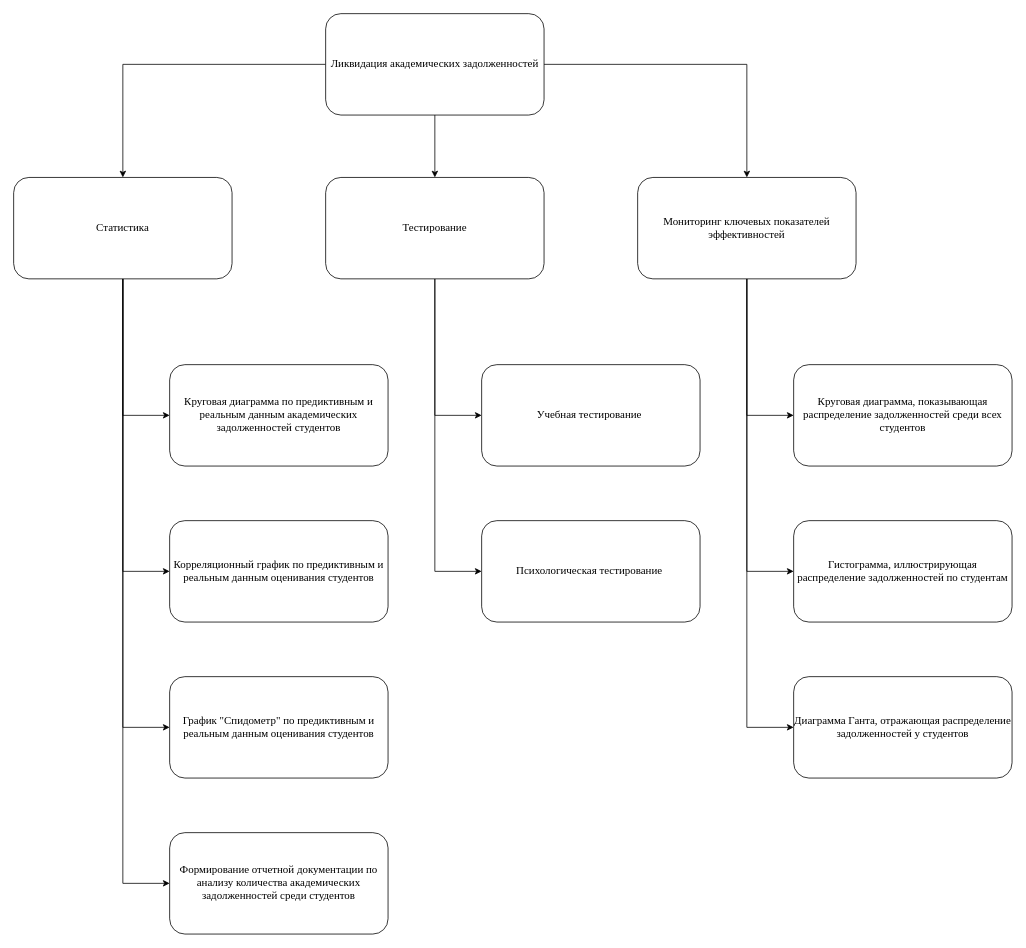
DLordxxx/Practice keeps this draw.io diagram as Дерево_функций_для_разработанного_ПО.drawio. Above is the earlier version. Source tidied: cells renumbered, new cells numbered last; positions are measured from the earlier drawing's top-left corner, leaving out a move shared by most shapes. Both pictures are drawn from the tidied source at 78%, with x=0, y=0 at pixel (13, 13).
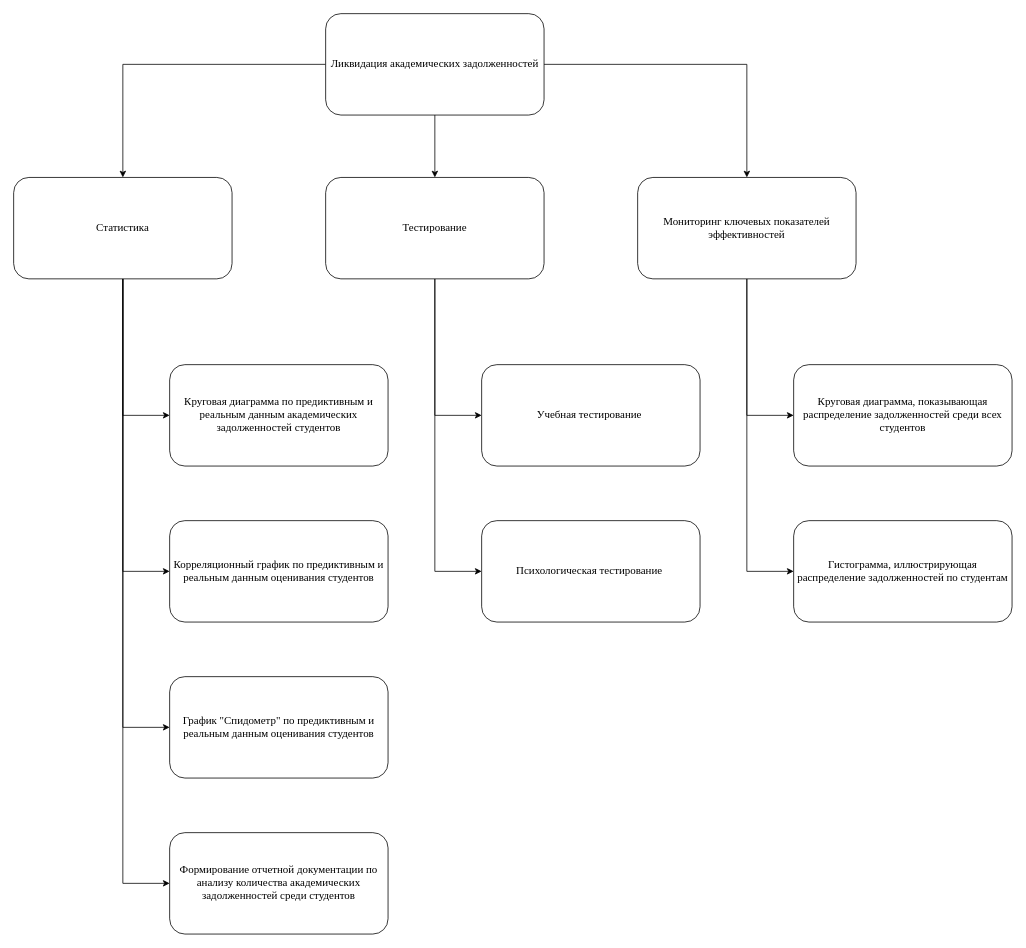
After the change.

The change refers to these unchanged cells:
```xml
<mxCell id="12" value="Мониторинг ключевых показателей эффективностей" style="rounded=1;whiteSpace=wrap;html=1;fontSize=14;fontFamily=Times New Roman;" parent="1" vertex="1">
  <mxGeometry x="800" y="210" width="280" height="130" as="geometry" />
</mxCell>
```

Diff of the diagram source:
```diff
@@
-    <mxCell id="11" style="edgeStyle=orthogonalEdgeStyle;rounded=0;jettySize=auto;html=1;entryX=0;entryY=0.5;entryDx=0;entryDy=0;" parent="1" edge="1" source="12" target="26">
-      <mxGeometry relative="1" as="geometry" />
-    </mxCell>
@@
-    <mxCell id="26" value="Диаграмма Ганта, отражающая распределение задолженностей у студентов" style="rounded=1;whiteSpace=wrap;html=1;fontSize=14;fontFamily=Times New Roman;" parent="1" vertex="1">
-      <mxGeometry x="1000" y="850" width="280" height="130" as="geometry" />
-    </mxCell>
```
